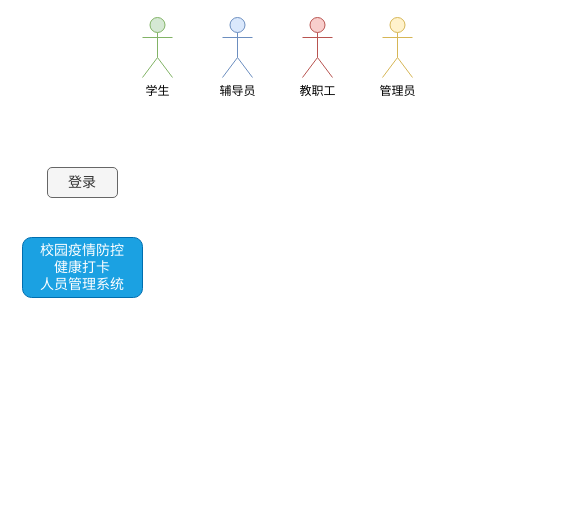
Before: 校园疫情防控基础版.drawio in redcomet88/DRAW, a draw.io diagram. Source tidied: cells renumbered, new cells numbered last; positions are measured from the earlier drawing's top-left corner, leaving out a move shared by most shapes. Both pictures are drawn from the tidied source at 100%, with x=0, y=0 at pixel (22, 17).
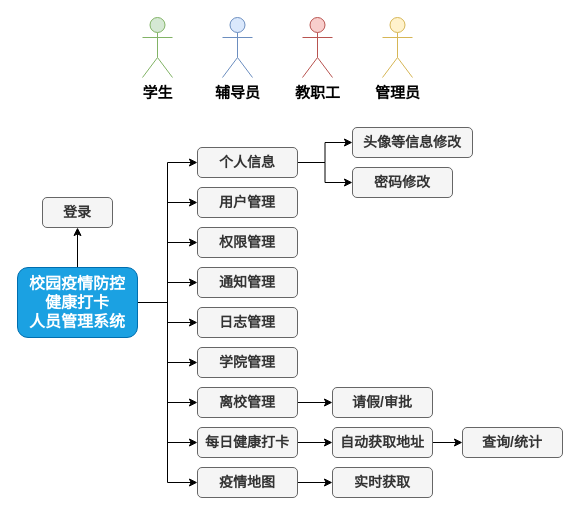
The same page after the edit.

Commit message (it also covers changes not shown here):
Update 校园疫情防控基础版.drawio

The edit, as a diff of the source:
```diff
@@
-    <mxCell id="2" value="学生" style="shape=umlActor;verticalLabelPosition=bottom;verticalAlign=top;html=1;fillColor=#d5e8d4;strokeColor=#82b366;" parent="1" vertex="1">
+    <mxCell id="2" value="学生" style="shape=umlActor;verticalLabelPosition=bottom;verticalAlign=top;html=1;fillColor=#d5e8d4;strokeColor=#82b366;fontStyle=1;fontSize=15;" parent="1" vertex="1">
       <mxGeometry x="120" width="30" height="60" as="geometry" />
     </mxCell>
-    <mxCell id="3" value="辅导员" style="shape=umlActor;verticalLabelPosition=bottom;verticalAlign=top;html=1;fillColor=#dae8fc;strokeColor=#6c8ebf;" parent="1" vertex="1">
+    <mxCell id="3" value="辅导员" style="shape=umlActor;verticalLabelPosition=bottom;verticalAlign=top;html=1;fillColor=#dae8fc;strokeColor=#6c8ebf;fontStyle=1;fontSize=15;" parent="1" vertex="1">
       <mxGeometry x="200" width="30" height="60" as="geometry" />
     </mxCell>
-    <mxCell id="4" value="教职工" style="shape=umlActor;verticalLabelPosition=bottom;verticalAlign=top;html=1;fillColor=#f8cecc;strokeColor=#b85450;" parent="1" vertex="1">
+    <mxCell id="4" value="教职工" style="shape=umlActor;verticalLabelPosition=bottom;verticalAlign=top;html=1;fillColor=#f8cecc;strokeColor=#b85450;fontStyle=1;fontSize=15;" parent="1" vertex="1">
       <mxGeometry x="280" width="30" height="60" as="geometry" />
     </mxCell>
-    <mxCell id="5" value="管理员" style="shape=umlActor;verticalLabelPosition=bottom;verticalAlign=top;html=1;fillColor=#fff2cc;strokeColor=#d6b656;" parent="1" vertex="1">
+    <mxCell id="5" value="管理员" style="shape=umlActor;verticalLabelPosition=bottom;verticalAlign=top;html=1;fillColor=#fff2cc;strokeColor=#d6b656;fontStyle=1;fontSize=15;" parent="1" vertex="1">
       <mxGeometry x="360" width="30" height="60" as="geometry" />
     </mxCell>
+    <mxCell id="8" style="edgeStyle=orthogonalEdgeStyle;rounded=0;jettySize=auto;html=1;exitX=0.5;exitY=0;exitDx=0;exitDy=0;entryX=0.5;entryY=1;entryDx=0;entryDy=0;fontSize=14;" parent="1" edge="1" source="6" target="7">
+      <mxGeometry relative="1" as="geometry" />
+    </mxCell>
+    <mxCell id="9" style="edgeStyle=orthogonalEdgeStyle;rounded=0;jettySize=auto;html=1;exitX=1;exitY=0.5;exitDx=0;exitDy=0;entryX=0;entryY=0.5;entryDx=0;entryDy=0;fontSize=16;" parent="1" edge="1" source="6" target="23">
+      <mxGeometry relative="1" as="geometry" />
+    </mxCell>
+    <mxCell id="10" style="edgeStyle=orthogonalEdgeStyle;rounded=0;jettySize=auto;html=1;exitX=1;exitY=0.5;exitDx=0;exitDy=0;entryX=0;entryY=0.5;entryDx=0;entryDy=0;fontSize=16;" parent="1" edge="1" source="6" target="18">
+      <mxGeometry relative="1" as="geometry" />
+    </mxCell>
+    <mxCell id="11" style="edgeStyle=orthogonalEdgeStyle;rounded=0;jettySize=auto;html=1;exitX=1;exitY=0.5;exitDx=0;exitDy=0;entryX=0;entryY=0.5;entryDx=0;entryDy=0;fontSize=16;" parent="1" edge="1" source="6" target="19">
+      <mxGeometry relative="1" as="geometry" />
+    </mxCell>
+    <mxCell id="12" style="edgeStyle=orthogonalEdgeStyle;rounded=0;jettySize=auto;html=1;exitX=1;exitY=0.5;exitDx=0;exitDy=0;entryX=0;entryY=0.5;entryDx=0;entryDy=0;fontSize=16;" parent="1" edge="1" source="6" target="36">
+      <mxGeometry relative="1" as="geometry" />
+    </mxCell>
+    <mxCell id="13" style="edgeStyle=orthogonalEdgeStyle;rounded=0;jettySize=auto;html=1;exitX=1;exitY=0.5;exitDx=0;exitDy=0;entryX=0;entryY=0.5;entryDx=0;entryDy=0;fontSize=16;" parent="1" edge="1" source="6" target="20">
+      <mxGeometry relative="1" as="geometry" />
+    </mxCell>
+    <mxCell id="14" style="edgeStyle=orthogonalEdgeStyle;rounded=0;jettySize=auto;html=1;exitX=1;exitY=0.5;exitDx=0;exitDy=0;entryX=0;entryY=0.5;entryDx=0;entryDy=0;fontSize=16;" parent="1" edge="1" source="6" target="25">
+      <mxGeometry relative="1" as="geometry" />
+    </mxCell>
+    <mxCell id="15" style="edgeStyle=orthogonalEdgeStyle;rounded=0;jettySize=auto;html=1;exitX=1;exitY=0.5;exitDx=0;exitDy=0;entryX=0;entryY=0.5;entryDx=0;entryDy=0;fontSize=16;" parent="1" edge="1" source="6" target="26">
+      <mxGeometry relative="1" as="geometry" />
+    </mxCell>
+    <mxCell id="16" style="edgeStyle=orthogonalEdgeStyle;rounded=0;jettySize=auto;html=1;exitX=1;exitY=0.5;exitDx=0;exitDy=0;entryX=0;entryY=0.5;entryDx=0;entryDy=0;fontSize=16;" parent="1" edge="1" source="6" target="28">
+      <mxGeometry relative="1" as="geometry" />
+    </mxCell>
+    <mxCell id="17" style="edgeStyle=orthogonalEdgeStyle;rounded=0;jettySize=auto;html=1;exitX=1;exitY=0.5;exitDx=0;exitDy=0;entryX=0;entryY=0.5;entryDx=0;entryDy=0;fontSize=16;" parent="1" edge="1" source="6" target="31">
+      <mxGeometry relative="1" as="geometry" />
+    </mxCell>
-    <mxCell id="6" value="校园疫情防控&lt;br style=&quot;font-size: 14px;&quot;&gt;健康打卡&lt;br style=&quot;font-size: 14px;&quot;&gt;人员管理系统" style="rounded=1;whiteSpace=wrap;html=1;fontSize=14;fillColor=#1ba1e2;strokeColor=#006EAF;fontColor=#ffffff;" parent="1" vertex="1">
-      <mxGeometry y="220" width="120" height="60" as="geometry" />
+    <mxCell id="6" value="校园疫情防控&lt;br style=&quot;font-size: 16px;&quot;&gt;健康打卡&lt;br style=&quot;font-size: 16px;&quot;&gt;人员管理系统" style="rounded=1;whiteSpace=wrap;html=1;fontSize=16;fillColor=#1ba1e2;strokeColor=#006EAF;fontColor=#ffffff;fontStyle=1;" parent="1" vertex="1">
+      <mxGeometry x="-5" y="250" width="120" height="70" as="geometry" />
     </mxCell>
-    <mxCell id="7" value="登录" style="rounded=1;whiteSpace=wrap;html=1;fontSize=14;fillColor=#f5f5f5;fontColor=#333333;strokeColor=#666666;" parent="1" vertex="1">
-      <mxGeometry x="25" y="150" width="70" height="30" as="geometry" />
+    <mxCell id="7" value="登录" style="rounded=1;whiteSpace=wrap;html=1;fontSize=14;fillColor=#f5f5f5;fontColor=#333333;strokeColor=#666666;fontStyle=1;" parent="1" vertex="1">
+      <mxGeometry x="20" y="180" width="70" height="30" as="geometry" />
     </mxCell>
+    <mxCell id="18" value="用户管理" style="rounded=1;whiteSpace=wrap;html=1;fontSize=14;fillColor=#f5f5f5;fontColor=#333333;strokeColor=#666666;fontStyle=1;" parent="1" vertex="1">
+      <mxGeometry x="175" y="170" width="100" height="30" as="geometry" />
+    </mxCell>
+    <mxCell id="19" value="权限管理" style="rounded=1;whiteSpace=wrap;html=1;fontSize=14;fillColor=#f5f5f5;fontColor=#333333;strokeColor=#666666;fontStyle=1;" parent="1" vertex="1">
+      <mxGeometry x="175" y="210" width="100" height="30" as="geometry" />
+    </mxCell>
+    <mxCell id="20" value="通知管理" style="rounded=1;whiteSpace=wrap;html=1;fontSize=14;fillColor=#f5f5f5;fontColor=#333333;strokeColor=#666666;fontStyle=1;" parent="1" vertex="1">
+      <mxGeometry x="175" y="250" width="100" height="30" as="geometry" />
+    </mxCell>
+    <mxCell id="21" style="edgeStyle=orthogonalEdgeStyle;rounded=0;jettySize=auto;html=1;exitX=1;exitY=0.5;exitDx=0;exitDy=0;entryX=0;entryY=0.5;entryDx=0;entryDy=0;fontSize=16;" parent="1" edge="1" source="23" target="24">
+      <mxGeometry relative="1" as="geometry" />
+    </mxCell>
+    <mxCell id="22" style="edgeStyle=orthogonalEdgeStyle;rounded=0;jettySize=auto;html=1;exitX=1;exitY=0.5;exitDx=0;exitDy=0;entryX=0;entryY=0.5;entryDx=0;entryDy=0;fontSize=16;" parent="1" edge="1" source="23" target="38">
+      <mxGeometry relative="1" as="geometry" />
+    </mxCell>
+    <mxCell id="23" value="个人信息" style="rounded=1;whiteSpace=wrap;html=1;fontSize=14;fillColor=#f5f5f5;fontColor=#333333;strokeColor=#666666;fontStyle=1;" parent="1" vertex="1">
+      <mxGeometry x="175" y="130" width="100" height="30" as="geometry" />
+    </mxCell>
+    <mxCell id="24" value="头像等信息修改" style="rounded=1;whiteSpace=wrap;html=1;fontSize=14;fillColor=#f5f5f5;fontColor=#333333;strokeColor=#666666;fontStyle=1;" parent="1" vertex="1">
+      <mxGeometry x="330" y="110" width="120" height="30" as="geometry" />
+    </mxCell>
+    <mxCell id="25" value="日志管理" style="rounded=1;whiteSpace=wrap;html=1;fontSize=14;fillColor=#f5f5f5;fontColor=#333333;strokeColor=#666666;fontStyle=1;" parent="1" vertex="1">
+      <mxGeometry x="175" y="290" width="100" height="30" as="geometry" />
+    </mxCell>
+    <mxCell id="26" value="学院管理" style="rounded=1;whiteSpace=wrap;html=1;fontSize=14;fillColor=#f5f5f5;fontColor=#333333;strokeColor=#666666;fontStyle=1;" parent="1" vertex="1">
+      <mxGeometry x="175" y="330" width="100" height="30" as="geometry" />
+    </mxCell>
+    <mxCell id="27" style="edgeStyle=orthogonalEdgeStyle;rounded=0;jettySize=auto;html=1;exitX=1;exitY=0.5;exitDx=0;exitDy=0;entryX=0;entryY=0.5;entryDx=0;entryDy=0;fontSize=16;" parent="1" edge="1" source="28" target="29">
+      <mxGeometry relative="1" as="geometry" />
+    </mxCell>
+    <mxCell id="28" value="离校管理" style="rounded=1;whiteSpace=wrap;html=1;fontSize=14;fillColor=#f5f5f5;fontColor=#333333;strokeColor=#666666;fontStyle=1;" parent="1" vertex="1">
+      <mxGeometry x="175" y="370" width="100" height="30" as="geometry" />
+    </mxCell>
+    <mxCell id="29" value="请假/审批" style="rounded=1;whiteSpace=wrap;html=1;fontSize=14;fillColor=#f5f5f5;fontColor=#333333;strokeColor=#666666;fontStyle=1;" parent="1" vertex="1">
+      <mxGeometry x="310" y="370" width="100" height="30" as="geometry" />
+    </mxCell>
+    <mxCell id="30" style="edgeStyle=orthogonalEdgeStyle;rounded=0;jettySize=auto;html=1;exitX=1;exitY=0.5;exitDx=0;exitDy=0;entryX=0;entryY=0.5;entryDx=0;entryDy=0;fontSize=16;" parent="1" edge="1" source="31" target="34">
+      <mxGeometry relative="1" as="geometry" />
+    </mxCell>
+    <mxCell id="31" value="每日健康打卡" style="rounded=1;whiteSpace=wrap;html=1;fontSize=14;fillColor=#f5f5f5;fontColor=#333333;strokeColor=#666666;fontStyle=1;" parent="1" vertex="1">
+      <mxGeometry x="175" y="410" width="100" height="30" as="geometry" />
+    </mxCell>
+    <mxCell id="32" value="查询/统计" style="rounded=1;whiteSpace=wrap;html=1;fontSize=14;fillColor=#f5f5f5;fontColor=#333333;strokeColor=#666666;fontStyle=1;" parent="1" vertex="1">
+      <mxGeometry x="440" y="410" width="100" height="30" as="geometry" />
+    </mxCell>
+    <mxCell id="33" style="edgeStyle=orthogonalEdgeStyle;rounded=0;jettySize=auto;html=1;exitX=1;exitY=0.5;exitDx=0;exitDy=0;entryX=0;entryY=0.5;entryDx=0;entryDy=0;fontSize=16;" parent="1" edge="1" source="34" target="32">
+      <mxGeometry relative="1" as="geometry" />
+    </mxCell>
+    <mxCell id="34" value="自动获取地址" style="rounded=1;whiteSpace=wrap;html=1;fontSize=14;fillColor=#f5f5f5;fontColor=#333333;strokeColor=#666666;fontStyle=1;" parent="1" vertex="1">
+      <mxGeometry x="310" y="410" width="100" height="30" as="geometry" />
+    </mxCell>
+    <mxCell id="35" style="edgeStyle=orthogonalEdgeStyle;rounded=0;jettySize=auto;html=1;exitX=1;exitY=0.5;exitDx=0;exitDy=0;entryX=0;entryY=0.5;entryDx=0;entryDy=0;fontSize=16;" parent="1" edge="1" source="36" target="37">
+      <mxGeometry relative="1" as="geometry" />
+    </mxCell>
+    <mxCell id="36" value="疫情地图" style="rounded=1;whiteSpace=wrap;html=1;fontSize=14;fillColor=#f5f5f5;fontColor=#333333;strokeColor=#666666;fontStyle=1;" parent="1" vertex="1">
+      <mxGeometry x="175" y="450" width="100" height="30" as="geometry" />
+    </mxCell>
+    <mxCell id="37" value="实时获取" style="rounded=1;whiteSpace=wrap;html=1;fontSize=14;fillColor=#f5f5f5;fontColor=#333333;strokeColor=#666666;fontStyle=1;" parent="1" vertex="1">
+      <mxGeometry x="310" y="450" width="100" height="30" as="geometry" />
+    </mxCell>
+    <mxCell id="38" value="密码修改" style="rounded=1;whiteSpace=wrap;html=1;fontSize=14;fillColor=#f5f5f5;fontColor=#333333;strokeColor=#666666;fontStyle=1;" parent="1" vertex="1">
+      <mxGeometry x="330" y="150" width="100" height="30" as="geometry" />
+    </mxCell>
```
